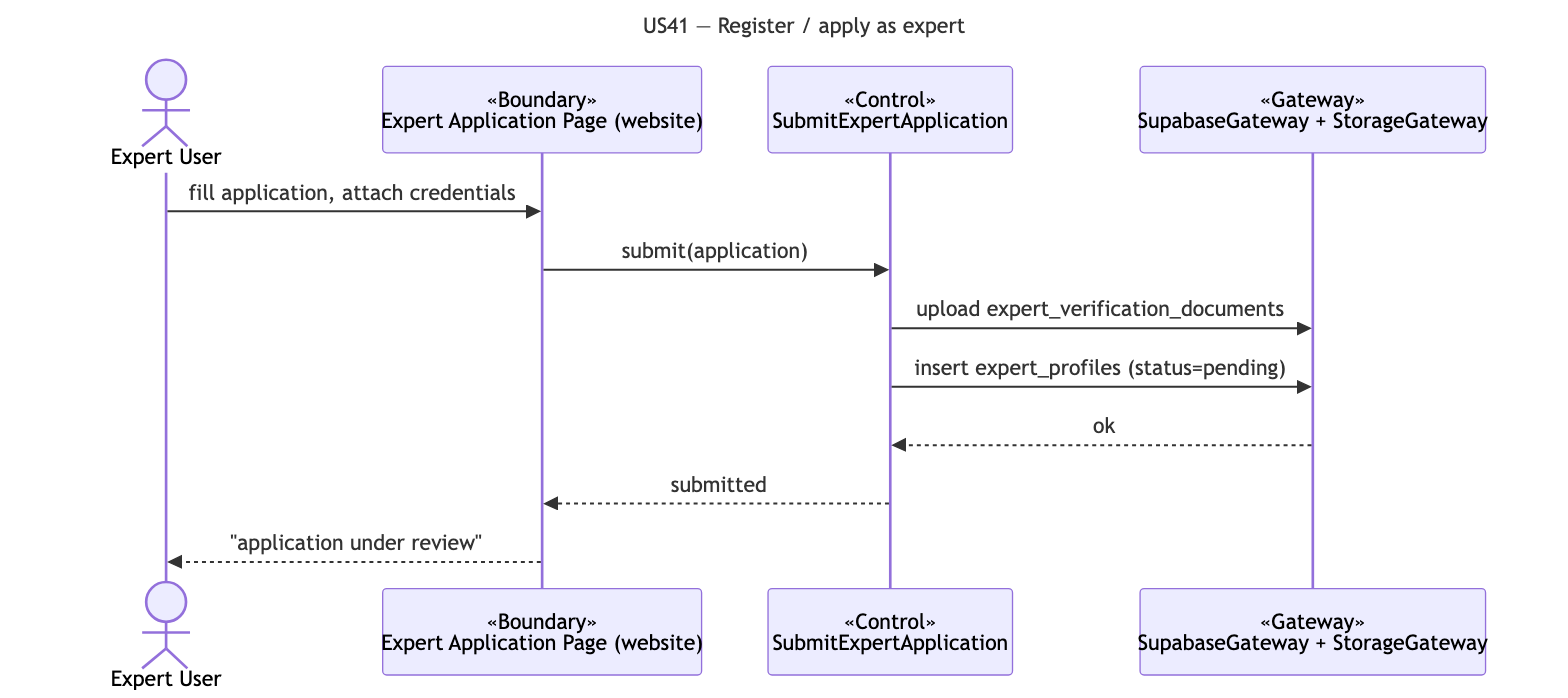
The Mermaid diagram docs/deliverables/sequence-diagrams/US41-apply-expert.png in cyuanjun/FYP-26-S2-37-app, before a commit. Its source is kept beside it as docs/deliverables/sequence-diagrams/src/US41-apply-expert.mmd.
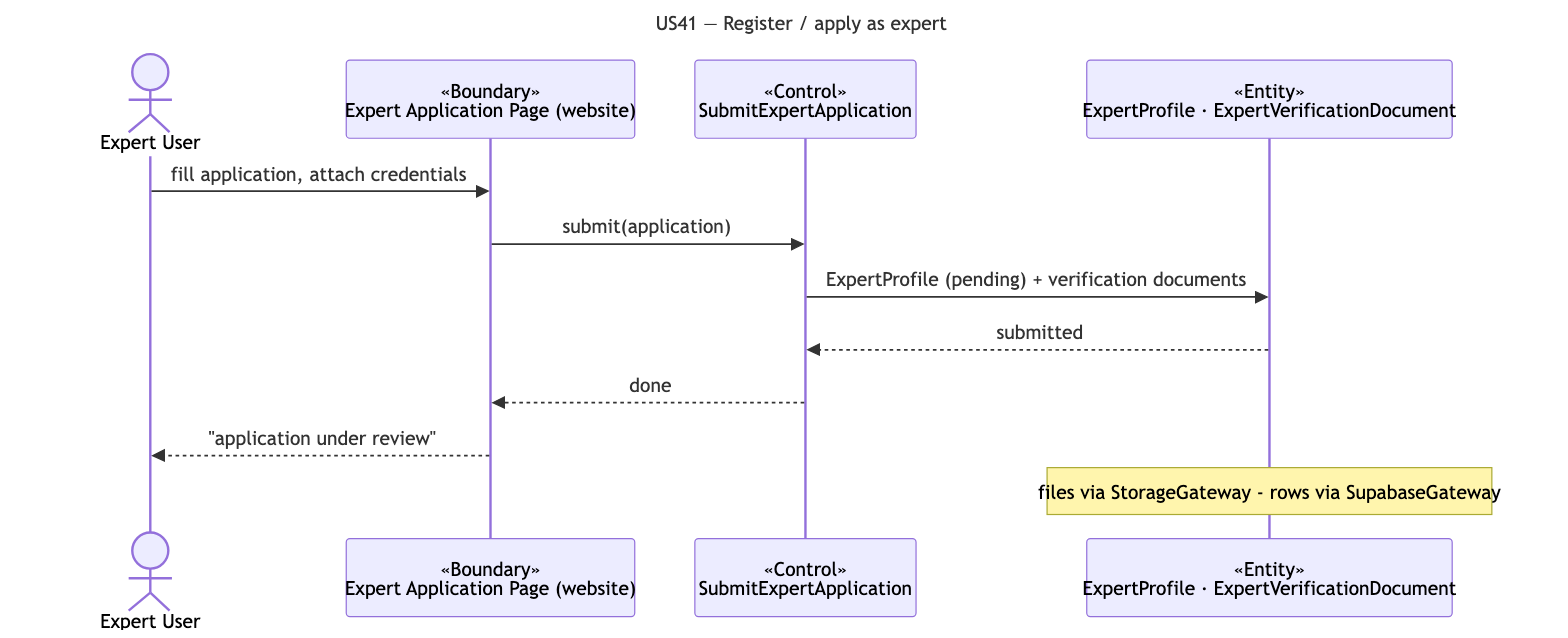
After the commit.

What changed in the source:
```diff
@@ -5,11 +5,11 @@
   actor A as Expert User
   participant B as «Boundary»<br/>Expert Application Page (website)
   participant C as «Control»<br/>SubmitExpertApplication
-  participant G as «Gateway»<br/>SupabaseGateway + StorageGateway
+  participant E as «Entity»<br/>ExpertProfile · ExpertVerificationDocument
   A->>B: fill application, attach credentials
   B->>C: submit(application)
-  C->>G: upload expert_verification_documents
-  C->>G: insert expert_profiles (status=pending)
-  G-->>C: ok
-  C-->>B: submitted
+  C->>E: ExpertProfile (pending) + verification documents
+  E-->>C: submitted
+  C-->>B: done
   B-->>A: "application under review"
+  note over E: files via StorageGateway - rows via SupabaseGateway
```
